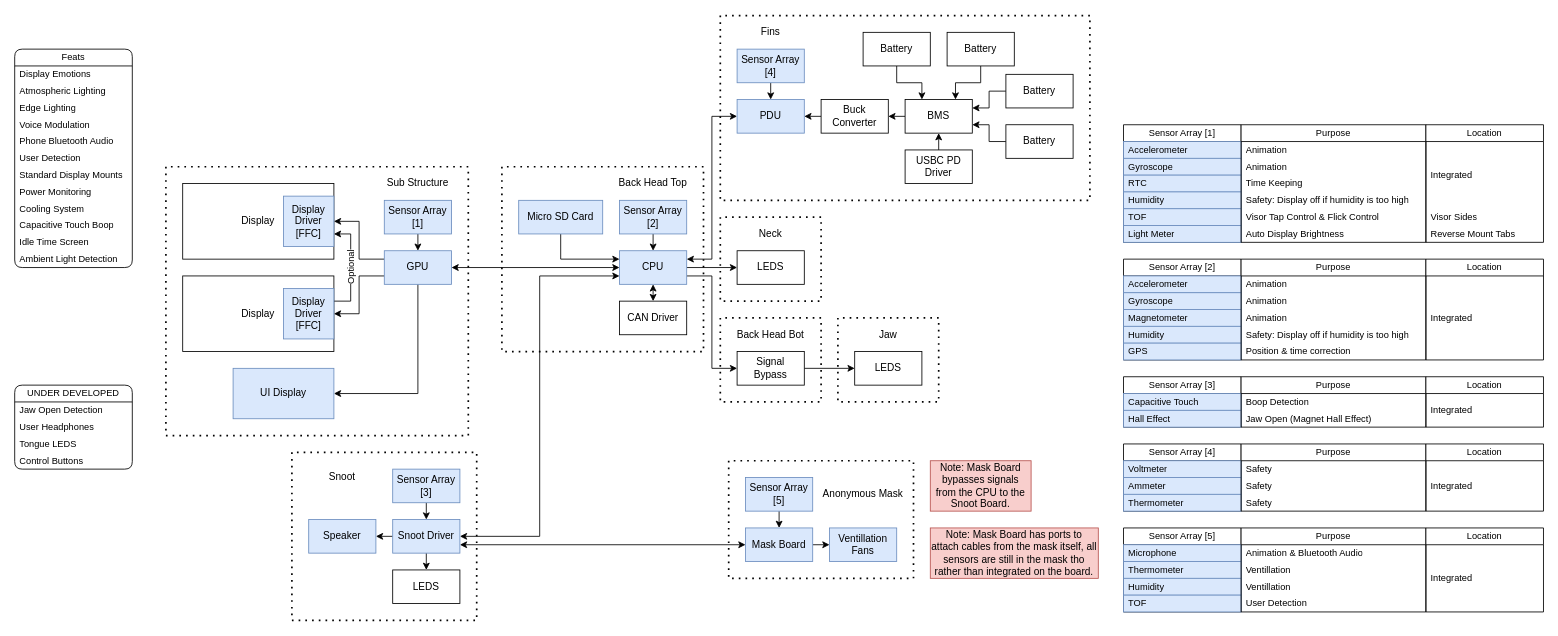
XCR1793/Synth-Head keeps this draw.io diagram as page "Overview" (1 of 3) of Documents/Electronics.drawio. Above is the earlier version. Source tidied: cells renumbered, new cells numbered last; positions are measured from the earlier drawing's top-left corner, leaving out a move shared by most shapes. Both pictures are drawn from the tidied source at 84%, with x=0, y=0 at pixel (14, 15).
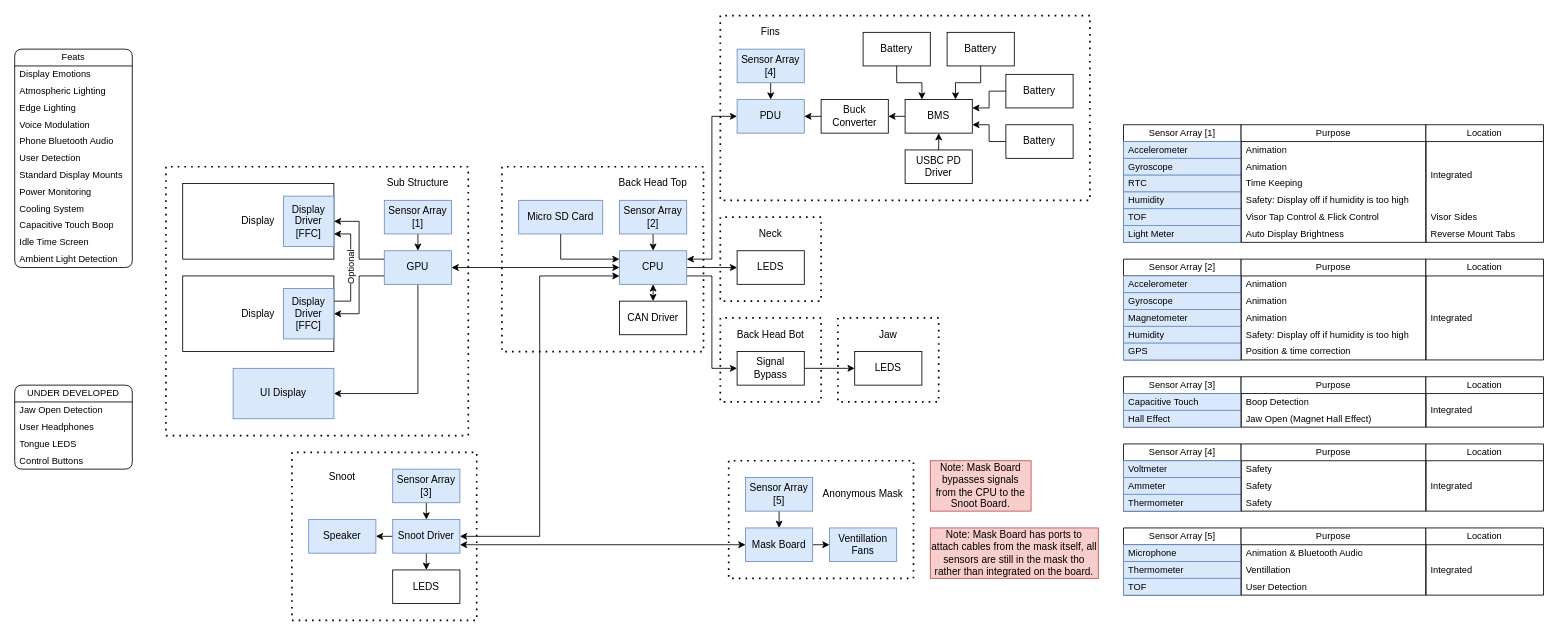
The same diagram, later.

Diff of the diagram source:
```diff
@@
     <mxCell id="132" value="Sensor Array [5]" style="swimlane;fontStyle=0;horizontal=1;startSize=20;whiteSpace=wrap;html=1;fontFamily=Helvetica;fontSize=11;fontColor=default;labelBackgroundColor=default;" parent="1" vertex="1">
-      <mxGeometry x="1320" y="610" width="140" height="100" as="geometry" />
+      <mxGeometry x="1320" y="610" width="140" height="80" as="geometry" />
     </mxCell>
@@
-    <mxCell id="135" value="Humidity" style="text;strokeColor=#6c8ebf;fillColor=#dae8fc;align=left;verticalAlign=middle;spacingLeft=4;spacingRight=4;overflow=hidden;whiteSpace=wrap;html=1;fontFamily=Helvetica;fontSize=11;labelBackgroundColor=none;" parent="132" vertex="1">
-      <mxGeometry y="60" width="140" height="20" as="geometry" />
-    </mxCell>
     <mxCell id="136" value="TOF" style="text;strokeColor=#6c8ebf;fillColor=#dae8fc;align=left;verticalAlign=middle;spacingLeft=4;spacingRight=4;overflow=hidden;whiteSpace=wrap;html=1;fontFamily=Helvetica;fontSize=11;labelBackgroundColor=none;" parent="132" vertex="1">
-      <mxGeometry y="80" width="140" height="20" as="geometry" />
+      <mxGeometry y="60" width="140" height="20" as="geometry" />
     </mxCell>
     <mxCell id="137" value="Purpose" style="swimlane;fontStyle=0;horizontal=1;startSize=20;whiteSpace=wrap;html=1;fontFamily=Helvetica;fontSize=11;fontColor=default;labelBackgroundColor=default;" parent="1" vertex="1">
-      <mxGeometry x="1460" y="610" width="220" height="100" as="geometry" />
+      <mxGeometry x="1460" y="610" width="220" height="80" as="geometry" />
     </mxCell>
@@
-    <mxCell id="140" value="Ventillation" style="text;strokeColor=none;fillColor=none;align=left;verticalAlign=middle;spacingLeft=4;spacingRight=4;overflow=hidden;whiteSpace=wrap;html=1;fontFamily=Helvetica;fontSize=11;fontColor=default;labelBackgroundColor=default;" parent="137" vertex="1">
-      <mxGeometry y="60" width="220" height="20" as="geometry" />
-    </mxCell>
     <mxCell id="141" value="User Detection" style="text;strokeColor=none;fillColor=none;align=left;verticalAlign=middle;spacingLeft=4;spacingRight=4;overflow=hidden;whiteSpace=wrap;html=1;fontFamily=Helvetica;fontSize=11;fontColor=default;labelBackgroundColor=default;" parent="137" vertex="1">
-      <mxGeometry y="80" width="220" height="20" as="geometry" />
+      <mxGeometry y="60" width="220" height="20" as="geometry" />
     </mxCell>
@@
     <mxCell id="152" value="Location" style="swimlane;fontStyle=0;horizontal=1;startSize=20;whiteSpace=wrap;html=1;fontFamily=Helvetica;fontSize=11;fontColor=default;labelBackgroundColor=default;" parent="1" vertex="1">
-      <mxGeometry x="1680" y="610" width="140" height="100" as="geometry" />
+      <mxGeometry x="1680" y="610" width="140" height="80" as="geometry" />
     </mxCell>
     <mxCell id="153" value="Integrated" style="text;align=left;verticalAlign=middle;spacingLeft=4;spacingRight=4;overflow=hidden;whiteSpace=wrap;html=1;fontFamily=Helvetica;fontSize=11;labelBackgroundColor=default;" parent="152" vertex="1">
-      <mxGeometry y="20" width="140" height="80" as="geometry" />
+      <mxGeometry y="20" width="140" height="60" as="geometry" />
     </mxCell>
```
